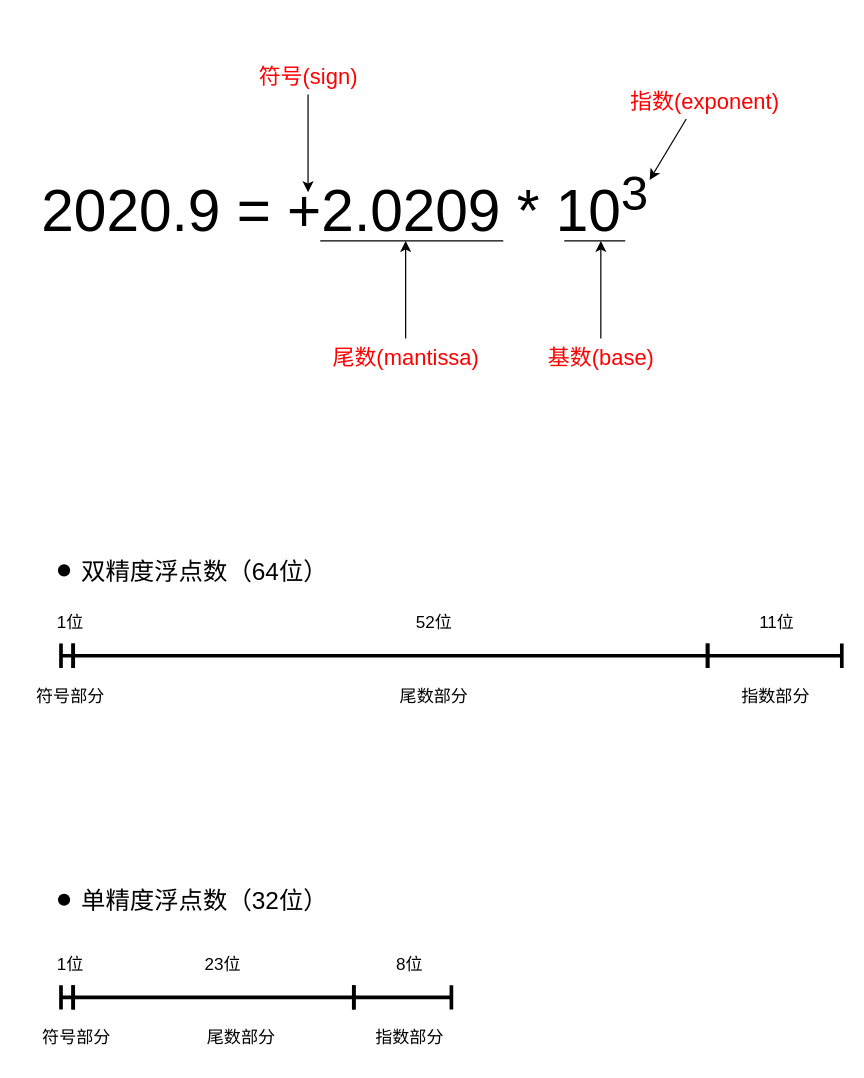
The draw.io diagram page "Page-1" (1 of 2) of directory structure of svp.drawio in frank-dc/drawpics, before the edit. Source tidied: cells renumbered, new cells numbered last; positions are measured from the earlier drawing's top-left corner, leaving out a move shared by most shapes. Both pictures are drawn from the tidied source at 122%, with x=0, y=0 at pixel (21, 21).
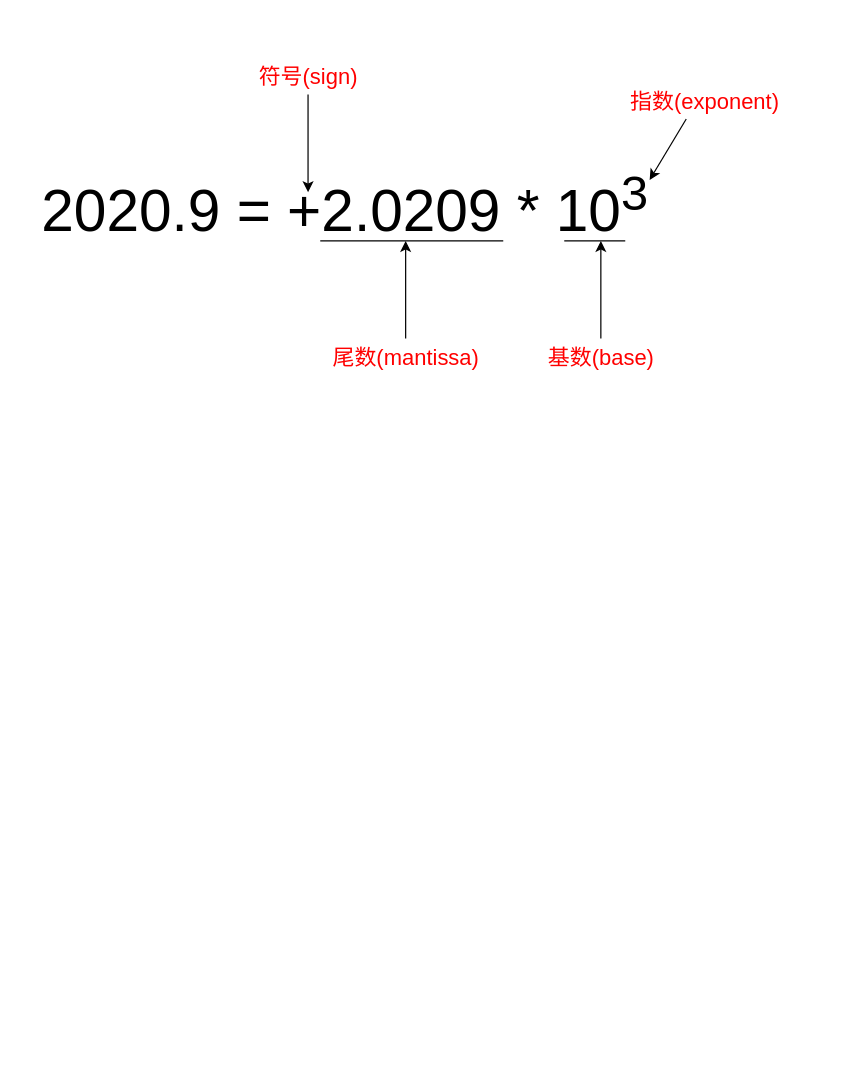
After the change.

What changed in the source:
```diff
@@
-    <mxCell id="13" style="shape=waypoint;sketch=0;fillStyle=solid;size=6;fillColor=none;perimeter=centerPerimeter;fontSize=20;fontColor=#000000;strokeWidth=3;" parent="1" vertex="1">
-      <mxGeometry x="15" y="430" width="40" height="40" as="geometry" />
-    </mxCell>
-    <mxCell id="14" value="双精度浮点数（64位）" style="text;html=1;align=center;verticalAlign=middle;fillColor=none;strokeColor=none;rounded=0;fontSize=20;fontColor=#000000;" parent="1" vertex="1">
-      <mxGeometry x="35" y="430" width="230" height="40" as="geometry" />
-    </mxCell>
-    <mxCell id="15" value="&lt;font style=&quot;font-size: 14px;&quot;&gt;符号部分&lt;/font&gt;" style="text;html=1;align=center;verticalAlign=middle;fillColor=none;strokeColor=none;rounded=0;fontSize=20;fontColor=#000000;" parent="1" vertex="1">
-      <mxGeometry x="5" y="810" width="80" height="40" as="geometry" />
-    </mxCell>
-    <mxCell id="16" value="&lt;font style=&quot;font-size: 14px;&quot;&gt;尾数部分&lt;/font&gt;" style="text;html=1;align=center;verticalAlign=middle;fillColor=none;strokeColor=none;rounded=0;fontSize=20;fontColor=#000000;" parent="1" vertex="1">
-      <mxGeometry x="140" y="810" width="80" height="40" as="geometry" />
-    </mxCell>
-    <mxCell id="17" value="&lt;font style=&quot;font-size: 14px;&quot;&gt;指数部分&lt;/font&gt;" style="text;html=1;align=center;verticalAlign=middle;fillColor=none;strokeColor=none;rounded=0;fontSize=20;fontColor=#000000;" parent="1" vertex="1">
-      <mxGeometry x="277.5" y="810" width="80" height="40" as="geometry" />
-    </mxCell>
-    <mxCell id="18" style="shape=waypoint;sketch=0;fillStyle=solid;size=6;fillColor=none;perimeter=centerPerimeter;fontSize=20;fontColor=#000000;strokeWidth=3;" parent="1" vertex="1">
-      <mxGeometry x="15" y="700" width="40" height="40" as="geometry" />
-    </mxCell>
-    <mxCell id="19" value="单精度浮点数（32位）" style="text;html=1;align=center;verticalAlign=middle;fillColor=none;strokeColor=none;rounded=0;fontSize=20;fontColor=#000000;" parent="1" vertex="1">
-      <mxGeometry x="35" y="700" width="230" height="40" as="geometry" />
-    </mxCell>
-    <mxCell id="20" value="&lt;font style=&quot;font-size: 14px;&quot;&gt;1位&lt;/font&gt;" style="text;html=1;align=center;verticalAlign=middle;fillColor=none;strokeColor=none;rounded=0;fontSize=20;fontColor=#000000;" parent="1" vertex="1">
-      <mxGeometry x="15" y="750" width="50" height="40" as="geometry" />
-    </mxCell>
-    <mxCell id="21" value="&lt;font style=&quot;font-size: 14px;&quot;&gt;23位&lt;/font&gt;" style="text;html=1;align=center;verticalAlign=middle;fillColor=none;strokeColor=none;rounded=0;fontSize=20;fontColor=#000000;" parent="1" vertex="1">
-      <mxGeometry x="140" y="750" width="50" height="40" as="geometry" />
-    </mxCell>
-    <mxCell id="22" value="&lt;font style=&quot;font-size: 14px;&quot;&gt;8位&lt;/font&gt;" style="text;html=1;align=center;verticalAlign=middle;fillColor=none;strokeColor=none;rounded=0;fontSize=20;fontColor=#000000;" parent="1" vertex="1">
-      <mxGeometry x="292.5" y="750" width="50" height="40" as="geometry" />
-    </mxCell>
-    <mxCell id="23" style="shape=crossbar;whiteSpace=wrap;html=1;rounded=1;fontSize=14;fontColor=#000000;strokeWidth=3;fillOpacity=100;labelPadding=0;" parent="1" vertex="1">
-      <mxGeometry x="32.5" y="790" width="10" height="20" as="geometry" />
-    </mxCell>
-    <mxCell id="24" style="shape=crossbar;whiteSpace=wrap;html=1;rounded=1;fontSize=14;fontColor=#000000;strokeWidth=3;fillOpacity=100;labelPadding=0;" parent="1" vertex="1">
-      <mxGeometry x="42.5" y="790" width="230" height="20" as="geometry" />
-    </mxCell>
-    <mxCell id="25" style="shape=crossbar;whiteSpace=wrap;html=1;rounded=1;fontSize=14;fontColor=#000000;strokeWidth=3;fillOpacity=100;labelPadding=0;" parent="1" vertex="1">
-      <mxGeometry x="272.5" y="790" width="80" height="20" as="geometry" />
-    </mxCell>
-    <mxCell id="26" value="&lt;font style=&quot;font-size: 14px;&quot;&gt;符号部分&lt;/font&gt;" style="text;html=1;align=center;verticalAlign=middle;fillColor=none;strokeColor=none;rounded=0;fontSize=20;fontColor=#000000;" parent="1" vertex="1">
-      <mxGeometry y="530" width="80" height="40" as="geometry" />
-    </mxCell>
-    <mxCell id="27" value="&lt;font style=&quot;font-size: 14px;&quot;&gt;尾数部分&lt;/font&gt;" style="text;html=1;align=center;verticalAlign=middle;fillColor=none;strokeColor=none;rounded=0;fontSize=20;fontColor=#000000;" parent="1" vertex="1">
-      <mxGeometry x="297.8" y="530" width="80" height="40" as="geometry" />
-    </mxCell>
-    <mxCell id="28" value="&lt;font style=&quot;font-size: 14px;&quot;&gt;指数部分&lt;/font&gt;" style="text;html=1;align=center;verticalAlign=middle;fillColor=none;strokeColor=none;rounded=0;fontSize=20;fontColor=#000000;" parent="1" vertex="1">
-      <mxGeometry x="577.5" y="530" width="80" height="40" as="geometry" />
-    </mxCell>
-    <mxCell id="29" value="&lt;font style=&quot;font-size: 14px;&quot;&gt;1位&lt;/font&gt;" style="text;html=1;align=center;verticalAlign=middle;fillColor=none;strokeColor=none;rounded=0;fontSize=20;fontColor=#000000;" parent="1" vertex="1">
-      <mxGeometry x="15" y="470" width="50" height="40" as="geometry" />
-    </mxCell>
-    <mxCell id="30" value="&lt;font style=&quot;font-size: 14px;&quot;&gt;52位&lt;/font&gt;" style="text;html=1;align=center;verticalAlign=middle;fillColor=none;strokeColor=none;rounded=0;fontSize=20;fontColor=#000000;" parent="1" vertex="1">
-      <mxGeometry x="312.8" y="470" width="50" height="40" as="geometry" />
-    </mxCell>
-    <mxCell id="31" value="&lt;font style=&quot;font-size: 14px;&quot;&gt;11位&lt;/font&gt;" style="text;html=1;align=center;verticalAlign=middle;fillColor=none;strokeColor=none;rounded=0;fontSize=20;fontColor=#000000;" parent="1" vertex="1">
-      <mxGeometry x="593.8" y="470" width="50" height="40" as="geometry" />
-    </mxCell>
-    <mxCell id="32" style="shape=crossbar;whiteSpace=wrap;html=1;rounded=1;fontSize=14;fontColor=#000000;strokeWidth=3;fillOpacity=100;labelPadding=0;" parent="1" vertex="1">
-      <mxGeometry x="32.5" y="510" width="10" height="20" as="geometry" />
-    </mxCell>
-    <mxCell id="33" style="shape=crossbar;whiteSpace=wrap;html=1;rounded=1;fontSize=14;fontColor=#000000;strokeWidth=3;fillOpacity=100;labelPadding=0;" parent="1" vertex="1">
-      <mxGeometry x="42.5" y="510" width="520" height="20" as="geometry" />
-    </mxCell>
-    <mxCell id="34" style="shape=crossbar;whiteSpace=wrap;html=1;rounded=1;fontSize=14;fontColor=#000000;strokeWidth=3;fillOpacity=100;labelPadding=0;" parent="1" vertex="1">
-      <mxGeometry x="562.5" y="510" width="110" height="20" as="geometry" />
-    </mxCell>
```
